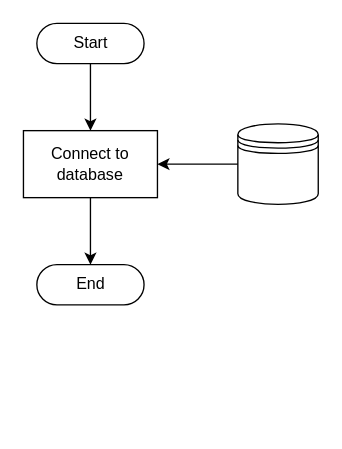
Before: page "Start Logic" (5 of 16) of scoring/documentation/Scoring_System_Schematics.drawio in kparlak/dart-scoring-system, a draw.io diagram. Source tidied: cells renumbered, new cells numbered last; positions are measured from the earlier drawing's top-left corner, leaving out a move shared by most shapes. Both pictures are drawn from the tidied source at 134%, with x=0, y=0 at pixel (23, 23).
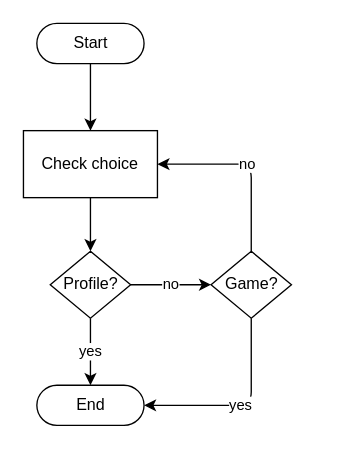
After the change.

Change to the diagram source:
```diff
@@
 <mxGraphModel>
   <root>
     <mxCell id="0" />
     <mxCell id="1" parent="0" />
-    <mxCell id="2" style="edgeStyle=orthogonalEdgeStyle;rounded=1;jettySize=auto;html=1;exitX=0.5;exitY=0.5;exitDx=0;exitDy=15;exitPerimeter=0;entryX=0.5;entryY=0;entryDx=0;entryDy=0;strokeColor=#000000;" parent="1" edge="1" source="3" target="6">
-      <mxGeometry relative="1" as="geometry" />
+    <mxCell id="2" style="edgeStyle=orthogonalEdgeStyle;rounded=1;jettySize=auto;html=1;exitX=0.5;exitY=0.5;exitDx=0;exitDy=15;exitPerimeter=0;entryX=0.5;entryY=0;entryDx=0;entryDy=0;strokeColor=#000000;" parent="1" edge="1" source="3">
+      <mxGeometry relative="1" as="geometry">
+        <mxPoint x="50" y="80" as="targetPoint" />
+      </mxGeometry>
     </mxCell>
     <mxCell id="3" value="Start" style="html=1;dashed=0;whitespace=wrap;shape=mxgraph.dfd.start;" parent="1" vertex="1">
       <mxGeometry x="10" width="80" height="30" as="geometry" />
     </mxCell>
     <mxCell id="4" value="End" style="html=1;dashed=0;whitespace=wrap;shape=mxgraph.dfd.start;" parent="1" vertex="1">
-      <mxGeometry x="10" y="180" width="80" height="30" as="geometry" />
+      <mxGeometry x="10" y="270" width="80" height="30" as="geometry" />
     </mxCell>
-    <mxCell id="5" style="edgeStyle=orthogonalEdgeStyle;rounded=1;jettySize=auto;html=1;exitX=0.5;exitY=1;exitDx=0;exitDy=0;entryX=0.5;entryY=0.5;entryDx=0;entryDy=-15;entryPerimeter=0;" parent="1" edge="1" source="6" target="4">
-      <mxGeometry relative="1" as="geometry" />
-    </mxCell>
-    <mxCell id="6" value="Connect to database" style="html=1;dashed=0;whitespace=wrap;whiteSpace=wrap;" parent="1" vertex="1">
-      <mxGeometry y="80" width="100" height="50" as="geometry" />
-    </mxCell>
-    <mxCell id="7" style="shape=datastore;whiteSpace=wrap;html=1;" parent="1" vertex="1">
-      <mxGeometry x="160" y="75" width="60" height="60" as="geometry" />
-    </mxCell>
-    <mxCell id="8" style="edgeStyle=orthogonalEdgeStyle;rounded=1;jettySize=auto;html=1;exitX=0;exitY=0.5;exitDx=0;exitDy=0;entryX=1;entryY=0.5;entryDx=0;entryDy=0;" parent="1" edge="1" source="7" target="6">
-      <mxGeometry relative="1" as="geometry" />
-    </mxCell>
+    <mxCell id="9" style="edgeStyle=orthogonalEdgeStyle;rounded=1;jettySize=auto;html=1;exitX=0.5;exitY=1;exitDx=0;exitDy=0;entryX=0.5;entryY=0;entryDx=0;entryDy=0;" parent="1" edge="1" source="10" target="13">
+      <mxGeometry relative="1" as="geometry" />
+    </mxCell>
+    <mxCell id="10" value="Check choice" style="html=1;dashed=0;whitespace=wrap;whiteSpace=wrap;" parent="1" vertex="1">
+      <mxGeometry y="80" width="100" height="50" as="geometry" />
+    </mxCell>
+    <mxCell id="11" value="no" style="edgeStyle=orthogonalEdgeStyle;rounded=1;jettySize=auto;html=1;exitX=1;exitY=0.5;exitDx=0;exitDy=0;entryX=0;entryY=0.5;entryDx=0;entryDy=0;" parent="1" edge="1" source="13" target="16">
+      <mxGeometry relative="1" as="geometry" />
+    </mxCell>
+    <mxCell id="12" value="yes" style="edgeStyle=orthogonalEdgeStyle;rounded=1;jettySize=auto;html=1;exitX=0.5;exitY=1;exitDx=0;exitDy=0;entryX=0.5;entryY=0.5;entryDx=0;entryDy=-15;entryPerimeter=0;" parent="1" edge="1" source="13" target="4">
+      <mxGeometry relative="1" as="geometry" />
+    </mxCell>
+    <mxCell id="13" value="Profile?" style="shape=rhombus;html=1;dashed=0;whitespace=wrap;perimeter=rhombusPerimeter;" parent="1" vertex="1">
+      <mxGeometry x="20" y="170" width="60" height="50" as="geometry" />
+    </mxCell>
+    <mxCell id="14" value="yes" style="edgeStyle=orthogonalEdgeStyle;rounded=1;jettySize=auto;html=1;exitX=0.5;exitY=1;exitDx=0;exitDy=0;entryX=1;entryY=0.5;entryDx=0;entryDy=0;entryPerimeter=0;" parent="1" edge="1" source="16" target="4">
+      <mxGeometry relative="1" as="geometry" />
+    </mxCell>
+    <mxCell id="15" value="no" style="edgeStyle=orthogonalEdgeStyle;rounded=1;jettySize=auto;html=1;exitX=0.5;exitY=0;exitDx=0;exitDy=0;entryX=1;entryY=0.5;entryDx=0;entryDy=0;" parent="1" edge="1" source="16" target="10">
+      <mxGeometry relative="1" as="geometry" />
+    </mxCell>
+    <mxCell id="16" value="Game?" style="shape=rhombus;html=1;dashed=0;whitespace=wrap;perimeter=rhombusPerimeter;" parent="1" vertex="1">
+      <mxGeometry x="140" y="170" width="60" height="50" as="geometry" />
+    </mxCell>
   </root>
 </mxGraphModel>
```
